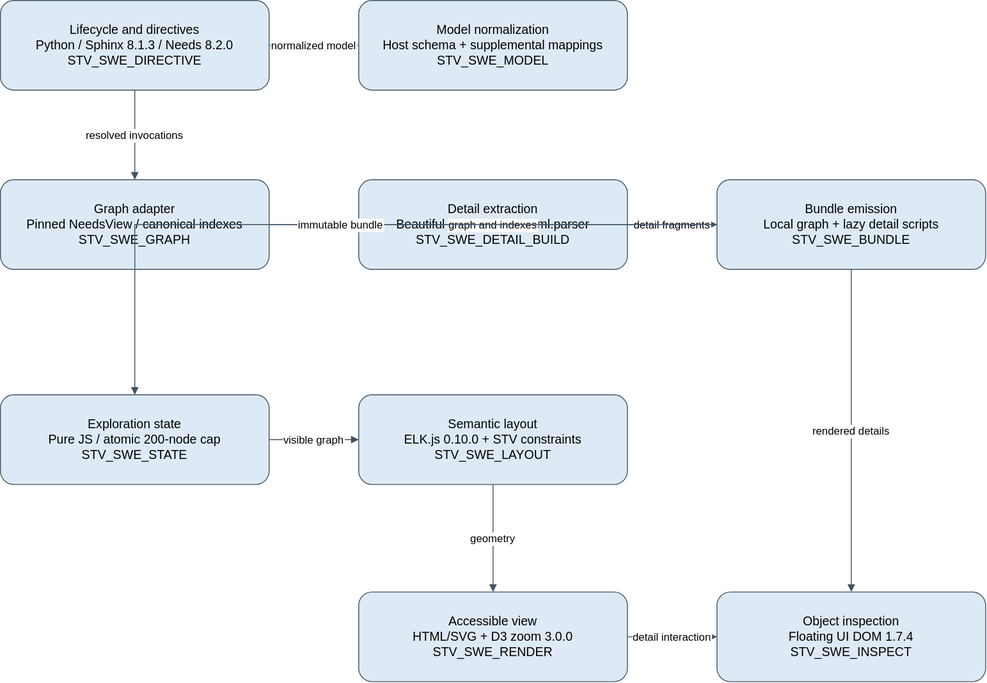
Before: docs/architecture/diagrams/software-architecture.svg, a diagram exported from draw.io (sysblacksmith/STV_sphinx-traceability-view). Source tidied: cells renumbered, new cells last; positions are measured from the earlier drawing's top-left corner, leaving out a move shared by most shapes.
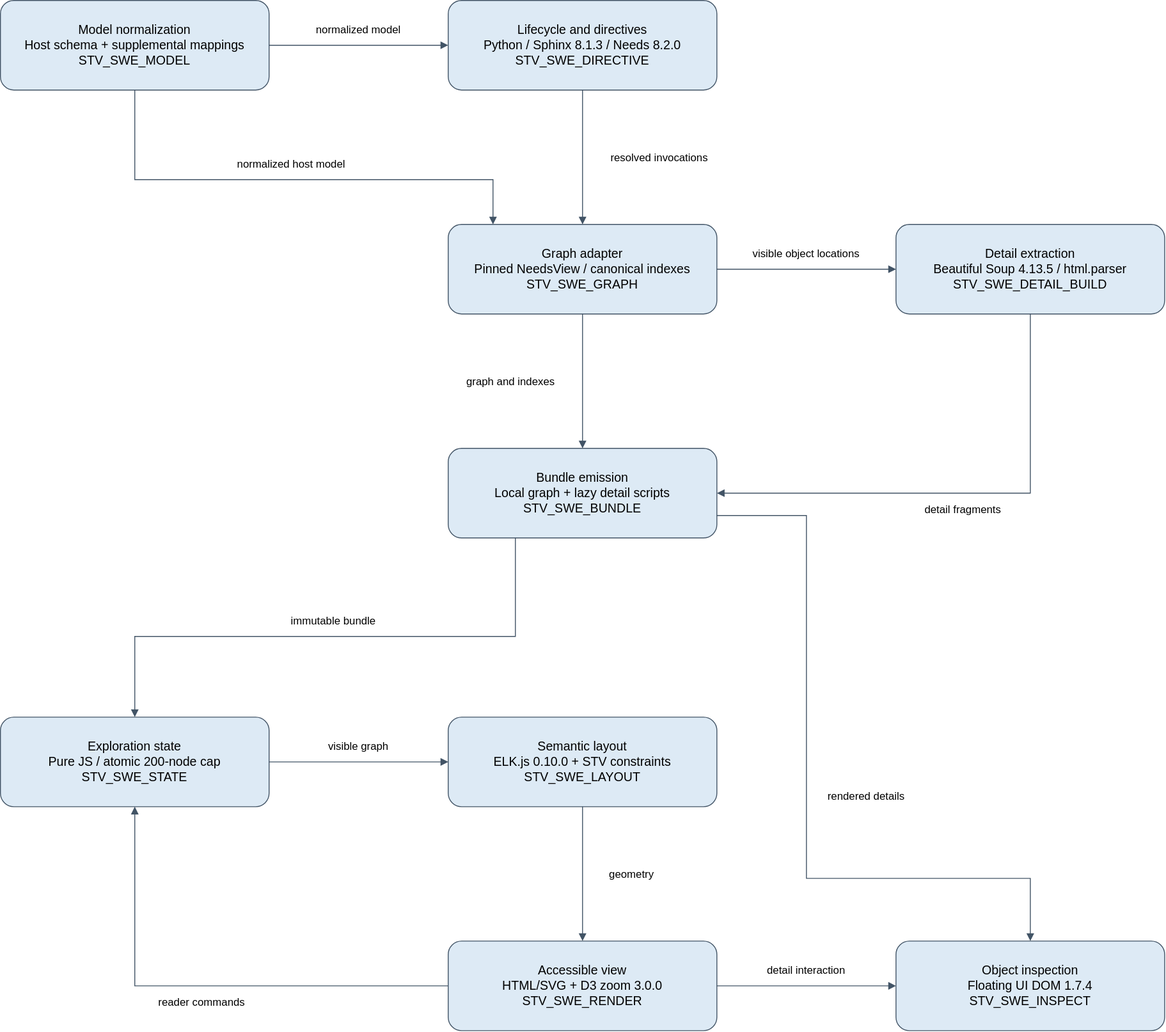
The same file after the commit.

Diff of the diagram source:
```diff
@@ -3,58 +3,110 @@
     <mxCell id="0" />
     <mxCell id="1" parent="0" />
     <mxCell id="2" value="Lifecycle and directives&#10;Python / Sphinx 8.1.3 / Needs 8.2.0&#10;STV_SWE_DIRECTIVE" style="rounded=1;whiteSpace=wrap;html=0;fillColor=#ddeaf5;strokeColor=#425466;fontSize=14;spacing=12;" parent="1" vertex="1">
-      <mxGeometry width="300" height="100" as="geometry" />
+      <mxGeometry x="560" y="10" width="300" height="100" as="geometry" />
     </mxCell>
     <mxCell id="3" value="Model normalization&#10;Host schema + supplemental mappings&#10;STV_SWE_MODEL" style="rounded=1;whiteSpace=wrap;html=0;fillColor=#ddeaf5;strokeColor=#425466;fontSize=14;spacing=12;" parent="1" vertex="1">
-      <mxGeometry x="400" width="300" height="100" as="geometry" />
+      <mxGeometry x="60" y="10" width="300" height="100" as="geometry" />
     </mxCell>
     <mxCell id="4" value="Graph adapter&#10;Pinned NeedsView / canonical indexes&#10;STV_SWE_GRAPH" style="rounded=1;whiteSpace=wrap;html=0;fillColor=#ddeaf5;strokeColor=#425466;fontSize=14;spacing=12;" parent="1" vertex="1">
-      <mxGeometry y="200" width="300" height="100" as="geometry" />
+      <mxGeometry x="560" y="260" width="300" height="100" as="geometry" />
     </mxCell>
     <mxCell id="5" value="Detail extraction&#10;Beautiful Soup 4.13.5 / html.parser&#10;STV_SWE_DETAIL_BUILD" style="rounded=1;whiteSpace=wrap;html=0;fillColor=#ddeaf5;strokeColor=#425466;fontSize=14;spacing=12;" parent="1" vertex="1">
-      <mxGeometry x="400" y="200" width="300" height="100" as="geometry" />
+      <mxGeometry x="1060" y="260" width="300" height="100" as="geometry" />
     </mxCell>
     <mxCell id="6" value="Bundle emission&#10;Local graph + lazy detail scripts&#10;STV_SWE_BUNDLE" style="rounded=1;whiteSpace=wrap;html=0;fillColor=#ddeaf5;strokeColor=#425466;fontSize=14;spacing=12;" parent="1" vertex="1">
-      <mxGeometry x="800" y="200" width="300" height="100" as="geometry" />
+      <mxGeometry x="560" y="510" width="300" height="100" as="geometry" />
     </mxCell>
     <mxCell id="7" value="Exploration state&#10;Pure JS / atomic 200-node cap&#10;STV_SWE_STATE" style="rounded=1;whiteSpace=wrap;html=0;fillColor=#ddeaf5;strokeColor=#425466;fontSize=14;spacing=12;" parent="1" vertex="1">
-      <mxGeometry y="440" width="300" height="100" as="geometry" />
+      <mxGeometry x="60" y="810" width="300" height="100" as="geometry" />
     </mxCell>
     <mxCell id="8" value="Semantic layout&#10;ELK.js 0.10.0 + STV constraints&#10;STV_SWE_LAYOUT" style="rounded=1;whiteSpace=wrap;html=0;fillColor=#ddeaf5;strokeColor=#425466;fontSize=14;spacing=12;" parent="1" vertex="1">
-      <mxGeometry x="400" y="440" width="300" height="100" as="geometry" />
+      <mxGeometry x="560" y="810" width="300" height="100" as="geometry" />
     </mxCell>
     <mxCell id="9" value="Accessible view&#10;HTML/SVG + D3 zoom 3.0.0&#10;STV_SWE_RENDER" style="rounded=1;whiteSpace=wrap;html=0;fillColor=#ddeaf5;strokeColor=#425466;fontSize=14;spacing=12;" parent="1" vertex="1">
-      <mxGeometry x="400" y="660" width="300" height="100" as="geometry" />
+      <mxGeometry x="560" y="1060" width="300" height="100" as="geometry" />
     </mxCell>
     <mxCell id="10" value="Object inspection&#10;Floating UI DOM 1.7.4&#10;STV_SWE_INSPECT" style="rounded=1;whiteSpace=wrap;html=0;fillColor=#ddeaf5;strokeColor=#425466;fontSize=14;spacing=12;" parent="1" vertex="1">
-      <mxGeometry x="800" y="660" width="300" height="100" as="geometry" />
+      <mxGeometry x="1060" y="1060" width="300" height="100" as="geometry" />
     </mxCell>
-    <mxCell id="11" value="normalized model" style="edgeStyle=orthogonalEdgeStyle;rounded=0;html=0;endArrow=block;strokeColor=#425466;fontSize=12;labelBackgroundColor=#ffffff;" parent="1" edge="1" source="3" target="2">
-      <mxGeometry relative="1" as="geometry" />
+    <mxCell id="11" value="normalized model" style="edgeStyle=none;rounded=0;html=0;endArrow=block;endFill=1;strokeColor=#425466;fontSize=12;labelBackgroundColor=#ffffff;exitX=1;exitY=0.5;exitPerimeter=0;entryX=0;entryY=0.5;entryPerimeter=0;" parent="1" edge="1" source="3" target="2">
+      <mxGeometry relative="1" as="geometry">
+        <mxPoint y="-18" as="offset" />
+      </mxGeometry>
     </mxCell>
-    <mxCell id="12" value="resolved invocations" style="edgeStyle=orthogonalEdgeStyle;rounded=0;html=0;endArrow=block;strokeColor=#425466;fontSize=12;labelBackgroundColor=#ffffff;" parent="1" edge="1" source="2" target="4">
-      <mxGeometry relative="1" as="geometry" />
+    <mxCell id="12" value="resolved invocations" style="edgeStyle=none;rounded=0;html=0;endArrow=block;endFill=1;strokeColor=#425466;fontSize=12;labelBackgroundColor=#ffffff;exitX=0.5;exitY=1;exitPerimeter=0;entryX=0.5;entryY=0;entryPerimeter=0;" parent="1" edge="1" source="2" target="4">
+      <mxGeometry relative="1" as="geometry">
+        <mxPoint x="86" as="offset" />
+      </mxGeometry>
     </mxCell>
-    <mxCell id="13" value="graph and indexes" style="edgeStyle=orthogonalEdgeStyle;rounded=0;html=0;endArrow=block;strokeColor=#425466;fontSize=12;labelBackgroundColor=#ffffff;" parent="1" edge="1" source="4" target="6">
-      <mxGeometry relative="1" as="geometry" />
+    <mxCell id="13" value="graph and indexes" style="edgeStyle=none;rounded=0;html=0;endArrow=block;endFill=1;strokeColor=#425466;fontSize=12;labelBackgroundColor=#ffffff;exitX=0.5;exitY=1;exitPerimeter=0;entryX=0.5;entryY=0;entryPerimeter=0;" parent="1" edge="1" source="4" target="6">
+      <mxGeometry relative="1" as="geometry">
+        <mxPoint x="-80" as="offset" />
+      </mxGeometry>
     </mxCell>
-    <mxCell id="14" value="detail fragments" style="edgeStyle=orthogonalEdgeStyle;rounded=0;html=0;endArrow=block;strokeColor=#425466;fontSize=12;labelBackgroundColor=#ffffff;" parent="1" edge="1" source="5" target="6">
-      <mxGeometry relative="1" as="geometry" />
+    <mxCell id="14" value="detail fragments" style="edgeStyle=none;rounded=0;html=0;endArrow=block;endFill=1;strokeColor=#425466;fontSize=12;labelBackgroundColor=#ffffff;exitX=0.5;exitY=1;exitPerimeter=0;entryX=1;entryY=0.5;entryPerimeter=0;" parent="1" edge="1" source="5" target="6">
+      <mxGeometry relative="1" as="geometry">
+        <Array as="points">
+          <mxPoint x="1210" y="560" />
+        </Array>
+        <mxPoint y="18" as="offset" />
+      </mxGeometry>
     </mxCell>
-    <mxCell id="15" value="immutable bundle" style="edgeStyle=orthogonalEdgeStyle;rounded=0;html=0;endArrow=block;strokeColor=#425466;fontSize=12;labelBackgroundColor=#ffffff;" parent="1" edge="1" source="6" target="7">
-      <mxGeometry relative="1" as="geometry" />
+    <mxCell id="15" value="immutable bundle" style="edgeStyle=none;rounded=0;html=0;endArrow=block;endFill=1;strokeColor=#425466;fontSize=12;labelBackgroundColor=#ffffff;exitX=0.25;exitY=1;exitPerimeter=0;entryX=0.5;entryY=0;entryPerimeter=0;" parent="1" edge="1" source="6" target="7">
+      <mxGeometry relative="1" as="geometry">
+        <Array as="points">
+          <mxPoint x="635" y="720" />
+          <mxPoint x="210" y="720" />
+        </Array>
+        <mxPoint y="-18" as="offset" />
+      </mxGeometry>
     </mxCell>
-    <mxCell id="16" value="visible graph" style="edgeStyle=orthogonalEdgeStyle;rounded=0;html=0;endArrow=block;strokeColor=#425466;fontSize=12;labelBackgroundColor=#ffffff;" parent="1" edge="1" source="7" target="8">
-      <mxGeometry relative="1" as="geometry" />
+    <mxCell id="16" value="visible graph" style="edgeStyle=none;rounded=0;html=0;endArrow=block;endFill=1;strokeColor=#425466;fontSize=12;labelBackgroundColor=#ffffff;exitX=1;exitY=0.5;exitPerimeter=0;entryX=0;entryY=0.5;entryPerimeter=0;" parent="1" edge="1" source="7" target="8">
+      <mxGeometry relative="1" as="geometry">
+        <mxPoint y="-18" as="offset" />
+      </mxGeometry>
     </mxCell>
-    <mxCell id="17" value="geometry" style="edgeStyle=orthogonalEdgeStyle;rounded=0;html=0;endArrow=block;strokeColor=#425466;fontSize=12;labelBackgroundColor=#ffffff;" parent="1" edge="1" source="8" target="9">
-      <mxGeometry relative="1" as="geometry" />
+    <mxCell id="17" value="geometry" style="edgeStyle=none;rounded=0;html=0;endArrow=block;endFill=1;strokeColor=#425466;fontSize=12;labelBackgroundColor=#ffffff;exitX=0.5;exitY=1;exitPerimeter=0;entryX=0.5;entryY=0;entryPerimeter=0;" parent="1" edge="1" source="8" target="9">
+      <mxGeometry relative="1" as="geometry">
+        <mxPoint x="55" as="offset" />
+      </mxGeometry>
     </mxCell>
-    <mxCell id="18" value="detail interaction" style="edgeStyle=orthogonalEdgeStyle;rounded=0;html=0;endArrow=block;strokeColor=#425466;fontSize=12;labelBackgroundColor=#ffffff;" parent="1" edge="1" source="9" target="10">
-      <mxGeometry relative="1" as="geometry" />
+    <mxCell id="18" value="detail interaction" style="edgeStyle=none;rounded=0;html=0;endArrow=block;endFill=1;strokeColor=#425466;fontSize=12;labelBackgroundColor=#ffffff;exitX=1;exitY=0.5;exitPerimeter=0;entryX=0;entryY=0.5;entryPerimeter=0;" parent="1" edge="1" source="9" target="10">
+      <mxGeometry relative="1" as="geometry">
+        <mxPoint y="-18" as="offset" />
+      </mxGeometry>
     </mxCell>
-    <mxCell id="19" value="rendered details" style="edgeStyle=orthogonalEdgeStyle;rounded=0;html=0;endArrow=block;strokeColor=#425466;fontSize=12;labelBackgroundColor=#ffffff;" parent="1" edge="1" source="6" target="10">
-      <mxGeometry relative="1" as="geometry" />
+    <mxCell id="19" value="rendered details" style="edgeStyle=none;rounded=0;html=0;endArrow=block;endFill=1;strokeColor=#425466;fontSize=12;labelBackgroundColor=#ffffff;exitX=1;exitY=0.75;exitPerimeter=0;entryX=0.5;entryY=0;entryPerimeter=0;" parent="1" edge="1" source="6" target="10">
+      <mxGeometry relative="1" as="geometry">
+        <Array as="points">
+          <mxPoint x="960" y="585" />
+          <mxPoint x="960" y="990" />
+          <mxPoint x="1210" y="990" />
+        </Array>
+        <mxPoint x="67" as="offset" />
+      </mxGeometry>
     </mxCell>
+    <mxCell id="20" value="normalized host model" style="edgeStyle=none;rounded=0;html=0;endArrow=block;endFill=1;strokeColor=#425466;fontSize=12;labelBackgroundColor=#ffffff;exitX=0.5;exitY=1;exitPerimeter=0;entryX=0.16666666666666666;entryY=0;entryPerimeter=0;" parent="1" edge="1" source="3" target="4">
+      <mxGeometry relative="1" as="geometry">
+        <Array as="points">
+          <mxPoint x="210" y="210" />
+          <mxPoint x="610" y="210" />
+        </Array>
+        <mxPoint y="-18" as="offset" />
+      </mxGeometry>
+    </mxCell>
+    <mxCell id="21" value="visible object locations" style="edgeStyle=none;rounded=0;html=0;endArrow=block;endFill=1;strokeColor=#425466;fontSize=12;labelBackgroundColor=#ffffff;exitX=1;exitY=0.5;exitPerimeter=0;entryX=0;entryY=0.5;entryPerimeter=0;" parent="1" edge="1" source="4" target="5">
+      <mxGeometry relative="1" as="geometry">
+        <mxPoint y="-18" as="offset" />
+      </mxGeometry>
+    </mxCell>
+    <mxCell id="22" value="reader commands" style="edgeStyle=none;rounded=0;html=0;endArrow=block;endFill=1;strokeColor=#425466;fontSize=12;labelBackgroundColor=#ffffff;exitX=0;exitY=0.5;exitPerimeter=0;entryX=0.5;entryY=1;entryPerimeter=0;" parent="1" edge="1" source="9" target="7">
+      <mxGeometry relative="1" as="geometry">
+        <Array as="points">
+          <mxPoint x="210" y="1110" />
+        </Array>
+        <mxPoint y="18" as="offset" />
+      </mxGeometry>
+    </mxCell>
   </root>
 </mxGraphModel>
```
